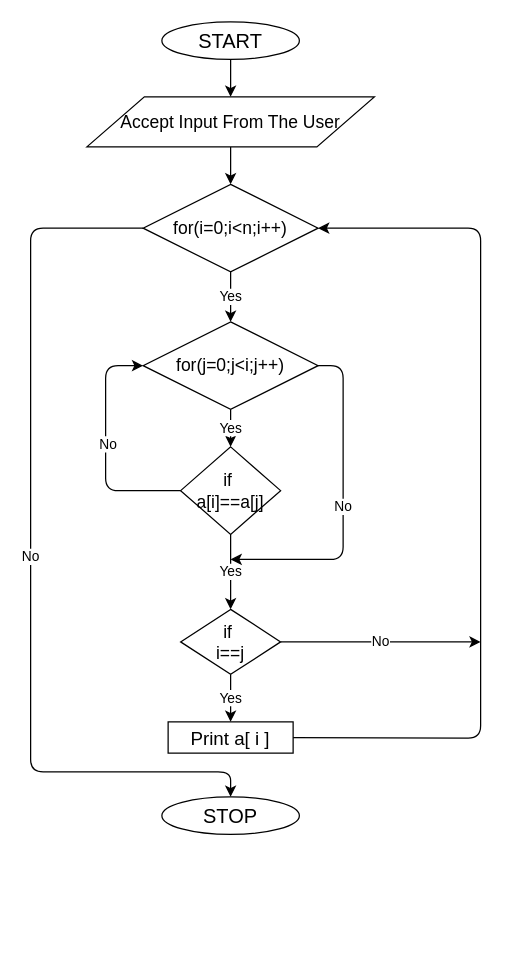
Before: workshop/Programming in C/Day 1/Distinct_Array_Flowchart.drawio in alvas-education-foundation/CSE-K-Thrishul-4AL17CS038, a draw.io diagram. Source tidied: cells renumbered, new cells numbered last; positions are measured from the earlier drawing's top-left corner, leaving out a move shared by most shapes. Both pictures are drawn from the tidied source at 125%, with x=0, y=0 at pixel (30, 21).
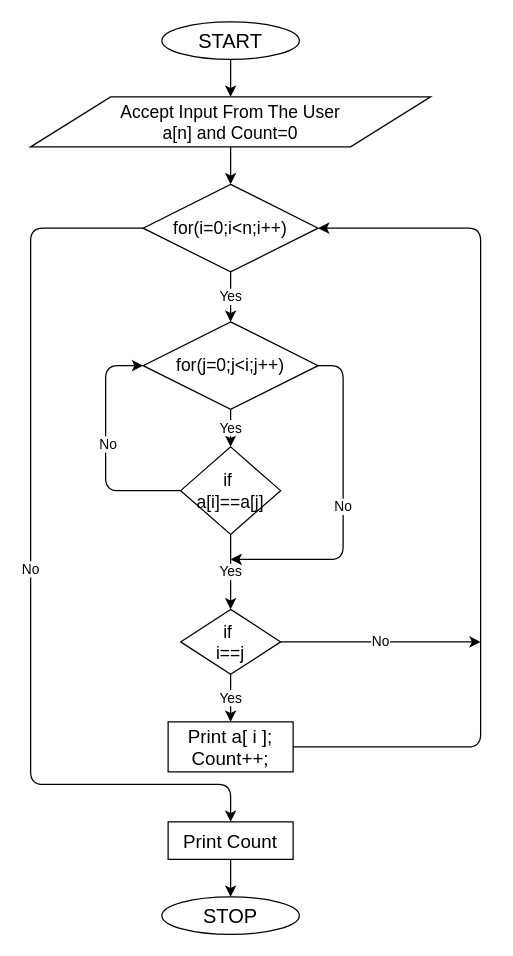
After the change.

The change refers to these unchanged cells:
```xml
<mxCell id="5" value="&lt;font style=&quot;font-size: 14px&quot;&gt;for(i=0;i&amp;lt;n;i++)&lt;/font&gt;" style="rhombus;whiteSpace=wrap;html=1;" parent="1" vertex="1">
  <mxGeometry x="90" y="130" width="140" height="70" as="geometry" />
</mxCell>
```

The edit, as a diff of the source:
```diff
@@
-    <mxCell id="3" value="&lt;font style=&quot;font-size: 14px&quot;&gt;Accept Input From The User&lt;/font&gt;" style="shape=parallelogram;perimeter=parallelogramPerimeter;whiteSpace=wrap;html=1;" parent="1" vertex="1">
-      <mxGeometry x="45" y="60" width="230" height="40" as="geometry" />
+    <mxCell id="3" value="&lt;font style=&quot;font-size: 14px&quot;&gt;Accept Input From The User&lt;br&gt;a[n] and Count=0&lt;br&gt;&lt;/font&gt;" style="shape=parallelogram;perimeter=parallelogramPerimeter;whiteSpace=wrap;html=1;" parent="1" vertex="1">
+      <mxGeometry y="60" width="320" height="40" as="geometry" />
     </mxCell>
@@
-    <mxCell id="14" value="&lt;font style=&quot;font-size: 15px&quot;&gt;Print a[ i ]&lt;/font&gt;" style="rounded=0;whiteSpace=wrap;html=1;" parent="1" vertex="1">
-      <mxGeometry x="110" y="560" width="100" height="25" as="geometry" />
+    <mxCell id="14" value="&lt;font style=&quot;font-size: 15px&quot;&gt;Print a[ i ];&lt;br&gt;Count++;&lt;br&gt;&lt;/font&gt;" style="rounded=0;whiteSpace=wrap;html=1;" parent="1" vertex="1">
+      <mxGeometry x="110" y="560" width="100" height="40" as="geometry" />
     </mxCell>
@@
     <mxCell id="17" value="&lt;span style=&quot;font-size: 16px&quot;&gt;STOP&lt;/span&gt;" style="ellipse;whiteSpace=wrap;html=1;" parent="1" vertex="1">
-      <mxGeometry x="105" y="620" width="110" height="30" as="geometry" />
+      <mxGeometry x="105" y="700" width="110" height="30" as="geometry" />
     </mxCell>
-    <mxCell id="18" value="No" style="endArrow=classic;html=1;exitX=0;exitY=0.5;exitDx=0;exitDy=0;entryX=0.5;entryY=0;entryDx=0;entryDy=0;" parent="1" edge="1" source="5" target="17">
-      <mxGeometry relative="1" as="geometry">
-        <Array as="points">
-          <mxPoint y="165" />
-          <mxPoint y="600" />
-          <mxPoint x="160" y="600" />
-        </Array>
-      </mxGeometry>
-    </mxCell>
     <mxCell id="19" style="endArrow=classic;html=1;exitX=1;exitY=0.5;exitDx=0;exitDy=0;entryX=1;entryY=0.5;entryDx=0;entryDy=0;startArrow=none;startFill=0;endFill=1;" parent="1" edge="1" source="14" target="5">
       <mxGeometry relative="1" as="geometry">
         <Array as="points">
-          <mxPoint x="360" y="573" />
+          <mxPoint x="360" y="580" />
           <mxPoint x="360" y="165" />
         </Array>
       </mxGeometry>
     </mxCell>
@@
+    <mxCell id="23" value="&lt;font style=&quot;font-size: 15px&quot;&gt;Print Count&lt;/font&gt;" style="rounded=0;whiteSpace=wrap;html=1;" parent="1" vertex="1">
+      <mxGeometry x="110" y="640" width="100" height="30" as="geometry" />
+    </mxCell>
+    <mxCell id="18" value="No" style="endArrow=classic;html=1;exitX=0;exitY=0.5;exitDx=0;exitDy=0;entryX=0.5;entryY=0;entryDx=0;entryDy=0;" parent="1" edge="1" source="5" target="23">
+      <mxGeometry relative="1" as="geometry">
+        <Array as="points">
+          <mxPoint y="165" />
+          <mxPoint y="610" />
+          <mxPoint x="160" y="610" />
+        </Array>
+      </mxGeometry>
+    </mxCell>
+    <mxCell id="24" style="endArrow=classic;html=1;entryX=0.5;entryY=0;entryDx=0;entryDy=0;" parent="1" edge="1" target="17">
+      <mxGeometry relative="1" as="geometry">
+        <mxPoint x="160" y="670" as="sourcePoint" />
+      </mxGeometry>
+    </mxCell>
```
